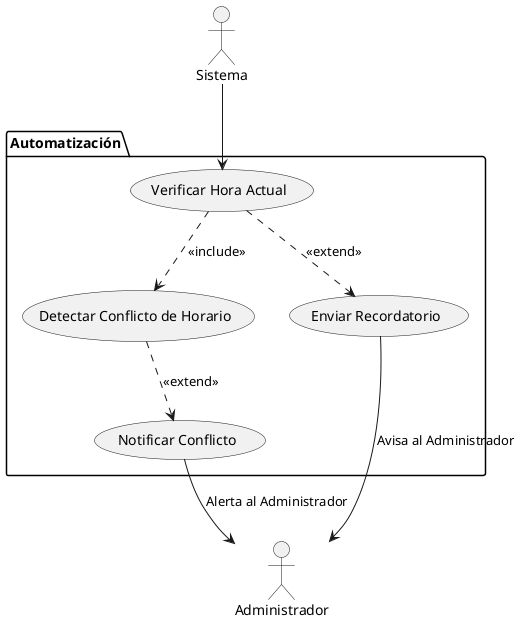
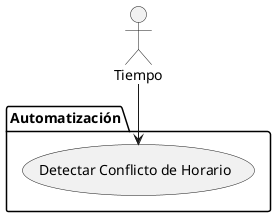
@startuml DiagramaAutomatización

- actor "Sistema" as S
- actor "Administrador" as Admin
+ actor "Tiempo" as T

    package "Automatización" {
        usecase "Detectar Conflicto de Horario" as UC_A1
-         usecase "Notificar Conflicto" as UC_A2
-         usecase "Enviar Recordatorio" as UC_A3
-         usecase "Verificar Hora Actual" as UC_A4
    }

-     S --> UC_A4
-     UC_A4 ..> UC_A1 : <<include>>
-     UC_A1 ..> UC_A2 : <<extend>>
-     UC_A4 ..> UC_A3 : <<extend>>
- 
-     UC_A2 --> Admin : "Alerta al Administrador"
-     UC_A3 --> Admin : "Avisa al Administrador"
+     T --> UC_A1
@enduml